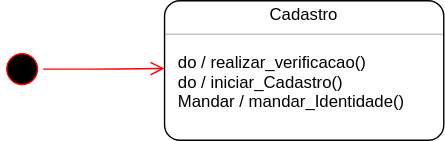
The draw.io diagram Estado_1.drawio.svg in JesCat16/Projeto01_Modelagem_De_Software, before a commit. Source tidied: cells renumbered, new cells last; positions are measured from the earlier drawing's top-left corner, leaving out a move shared by most shapes.
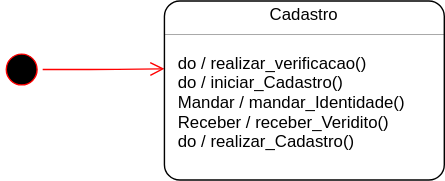
After the commit.

What changed in the source:
```diff
@@ -9,7 +9,7 @@
       <mxGeometry relative="1" as="geometry" />
     </mxCell>
     <mxCell id="4" style="fontStyle=1;align=center;verticalAlign=middle;horizontal=1;rounded=1;absoluteArcSize=1;arcSize=22;" parent="1" vertex="1">
-      <mxGeometry x="117" width="200" height="100" as="geometry" />
+      <mxGeometry x="117" width="200" height="128" as="geometry" />
     </mxCell>
     <mxCell id="5" value="Cadastro" style="html=1;align=center;spacing=0;verticalAlign=middle;strokeColor=none;fillColor=none;whiteSpace=wrap;" parent="4" vertex="1">
       <mxGeometry width="200" height="20" as="geometry" />
@@ -29,8 +29,14 @@
     <mxCell id="10" value="Mandar / mandar_Identidade()" style="html=1;align=left;spacingLeft=10;spacing=0;verticalAlign=middle;strokeColor=none;fillColor=none;whiteSpace=wrap;" parent="4" vertex="1">
       <mxGeometry y="66" width="200" height="14" as="geometry" />
     </mxCell>
+    <mxCell id="12" value="Receber / receber_Veridito()" style="html=1;align=left;spacingLeft=10;spacing=0;verticalAlign=middle;strokeColor=none;fillColor=none;whiteSpace=wrap;" parent="4" vertex="1">
+      <mxGeometry y="80" width="200" height="14" as="geometry" />
+    </mxCell>
+    <mxCell id="13" value="do / realizar_Cadastro()" style="html=1;align=left;spacingLeft=10;spacing=0;verticalAlign=middle;strokeColor=none;fillColor=none;whiteSpace=wrap;" parent="4" vertex="1">
+      <mxGeometry y="94" width="200" height="14" as="geometry" />
+    </mxCell>
     <mxCell id="11" style="html=1;align=left;spacing=0;spacingLeft=10;verticalAlign=middle;strokeColor=none;fillColor=none;whiteSpace=wrap;" parent="4" vertex="1">
-      <mxGeometry y="80" width="200" height="20" as="geometry" />
+      <mxGeometry y="108" width="200" height="20" as="geometry" />
     </mxCell>
   </root>
 </mxGraphModel>
```
